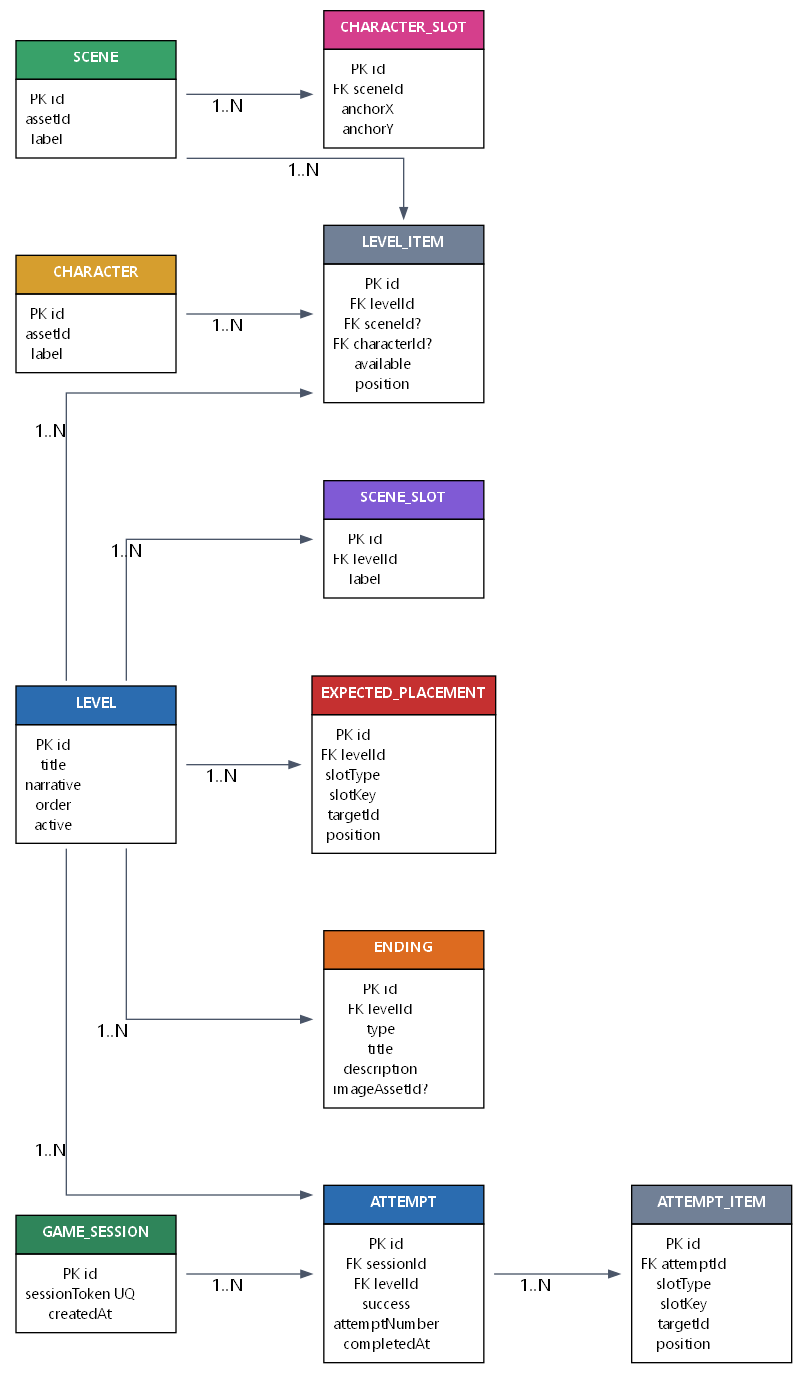
Above: docs/er-model.png in ItsRhyas/BarrancoGroup (Graphviz), before the change. Its source is kept beside it as docs/er-model.dot.
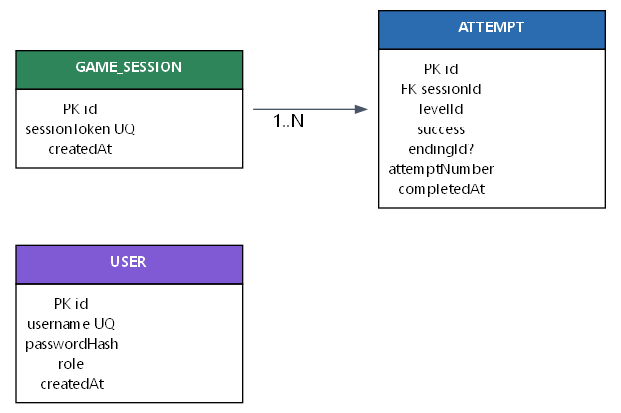
Above is the later version.

Commit message:
docs: update DB model documentation with User entity

What changed in the source:
```diff
@@ -7,70 +7,20 @@
   node  [fontname="Segoe UI", shape=plaintext, fontsize=11];
   edge  [fontname="Segoe UI", color="#4a5568", arrowsize=0.8];
 
-  levels [label=<<table border="0" cellborder="1" cellspacing="0" cellpadding="6">
-    <tr><td bgcolor="#2b6cb0" width="120"><font color="white"><b>LEVEL</b></font></td></tr>
-    <tr><td align="left">PK id<br/>title<br/>narrative<br/>order<br/>active</td></tr>
-  </table>>];
-
-  scenes [label=<<table border="0" cellborder="1" cellspacing="0" cellpadding="6">
-    <tr><td bgcolor="#38a169" width="120"><font color="white"><b>SCENE</b></font></td></tr>
-    <tr><td align="left">PK id<br/>assetId<br/>label</td></tr>
-  </table>>];
-
-  characters [label=<<table border="0" cellborder="1" cellspacing="0" cellpadding="6">
-    <tr><td bgcolor="#d69e2e" width="120"><font color="white"><b>CHARACTER</b></font></td></tr>
-    <tr><td align="left">PK id<br/>assetId<br/>label</td></tr>
-  </table>>];
-
-  level_items [label=<<table border="0" cellborder="1" cellspacing="0" cellpadding="6">
-    <tr><td bgcolor="#718096" width="120"><font color="white"><b>LEVEL_ITEM</b></font></td></tr>
-    <tr><td align="left">PK id<br/>FK levelId<br/>FK sceneId?<br/>FK characterId?<br/>available<br/>position</td></tr>
-  </table>>];
-
-  scene_slots [label=<<table border="0" cellborder="1" cellspacing="0" cellpadding="6">
-    <tr><td bgcolor="#805ad5" width="120"><font color="white"><b>SCENE_SLOT</b></font></td></tr>
-    <tr><td align="left">PK id<br/>FK levelId<br/>label</td></tr>
-  </table>>];
-
-  character_slots [label=<<table border="0" cellborder="1" cellspacing="0" cellpadding="6">
-    <tr><td bgcolor="#d53f8c" width="120"><font color="white"><b>CHARACTER_SLOT</b></font></td></tr>
-    <tr><td align="left">PK id<br/>FK sceneId<br/>anchorX<br/>anchorY</td></tr>
-  </table>>];
-
-  expected_placements [label=<<table border="0" cellborder="1" cellspacing="0" cellpadding="6">
-    <tr><td bgcolor="#c53030" width="120"><font color="white"><b>EXPECTED_PLACEMENT</b></font></td></tr>
-    <tr><td align="left">PK id<br/>FK levelId<br/>slotType<br/>slotKey<br/>targetId<br/>position</td></tr>
-  </table>>];
-
-  endings [label=<<table border="0" cellborder="1" cellspacing="0" cellpadding="6">
-    <tr><td bgcolor="#dd6b20" width="120"><font color="white"><b>ENDING</b></font></td></tr>
-    <tr><td align="left">PK id<br/>FK levelId<br/>type<br/>title<br/>description<br/>imageAssetId?</td></tr>
+  users [label=<<table border="0" cellborder="1" cellspacing="0" cellpadding="6">
+    <tr><td bgcolor="#805ad5" width="170"><font color="white"><b>USER</b></font></td></tr>
+    <tr><td align="left">PK id<br/>username UQ<br/>passwordHash<br/>role<br/>createdAt</td></tr>
   </table>>];
 
   game_sessions [label=<<table border="0" cellborder="1" cellspacing="0" cellpadding="6">
-    <tr><td bgcolor="#2f855a" width="120"><font color="white"><b>GAME_SESSION</b></font></td></tr>
+    <tr><td bgcolor="#2f855a" width="170"><font color="white"><b>GAME_SESSION</b></font></td></tr>
     <tr><td align="left">PK id<br/>sessionToken UQ<br/>createdAt</td></tr>
   </table>>];
 
   attempts [label=<<table border="0" cellborder="1" cellspacing="0" cellpadding="6">
-    <tr><td bgcolor="#2b6cb0" width="120"><font color="white"><b>ATTEMPT</b></font></td></tr>
-    <tr><td align="left">PK id<br/>FK sessionId<br/>FK levelId<br/>success<br/>attemptNumber<br/>completedAt</td></tr>
+    <tr><td bgcolor="#2b6cb0" width="170"><font color="white"><b>ATTEMPT</b></font></td></tr>
+    <tr><td align="left">PK id<br/>FK sessionId<br/>levelId<br/>success<br/>endingId?<br/>attemptNumber<br/>completedAt</td></tr>
   </table>>];
 
-  attempt_items [label=<<table border="0" cellborder="1" cellspacing="0" cellpadding="6">
-    <tr><td bgcolor="#718096" width="120"><font color="white"><b>ATTEMPT_ITEM</b></font></td></tr>
-    <tr><td align="left">PK id<br/>FK attemptId<br/>slotType<br/>slotKey<br/>targetId<br/>position</td></tr>
-  </table>>];
-
-  levels -> scene_slots   [xlabel="1..N"];
-  levels -> level_items   [xlabel="1..N"];
-  scenes  -> level_items  [xlabel="1..N"];
-  characters -> level_items [xlabel="1..N"];
-  scenes  -> character_slots [xlabel="1..N"];
-  levels  -> expected_placements [xlabel="1..N"];
-  levels  -> endings       [xlabel="1..N"];
-
   game_sessions -> attempts [xlabel="1..N"];
-  levels  -> attempts      [xlabel="1..N"];
-  attempts -> attempt_items [xlabel="1..N"];
 }
```
